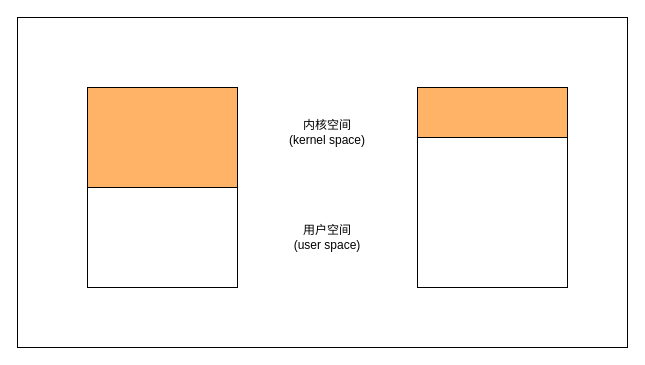
Earlier version of the draw.io diagram 内存.drawio (1595901624/GitTest). Source tidied: cells renumbered, new cells numbered last; positions are measured from the earlier drawing's top-left corner, leaving out a move shared by most shapes. Both pictures are drawn from the tidied source at 100%, with x=0, y=0 at pixel (17, 17).
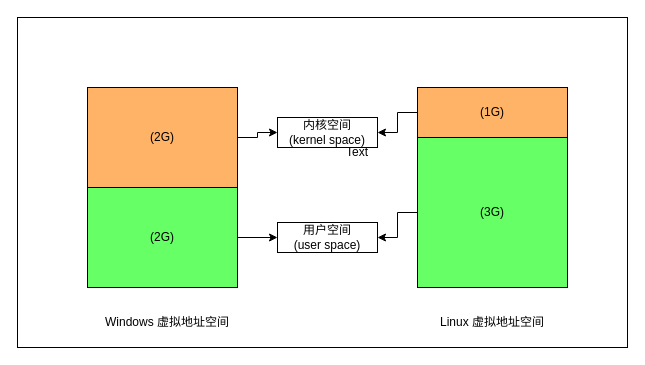
Above is the later version.

What changed in the source:
```diff
@@
 <mxGraphModel>
   <root>
     <mxCell id="0" />
     <mxCell id="1" parent="0" />
     <mxCell id="2" style="rounded=0;whiteSpace=wrap;html=1;" parent="1" vertex="1">
       <mxGeometry width="610" height="330" as="geometry" />
     </mxCell>
+    <mxCell id="9" style="edgeStyle=orthogonalEdgeStyle;rounded=0;jettySize=auto;html=1;exitX=1;exitY=0.5;exitDx=0;exitDy=0;" parent="1" edge="1" source="3" target="8">
+      <mxGeometry relative="1" as="geometry" />
+    </mxCell>
-    <mxCell id="3" style="rounded=0;whiteSpace=wrap;html=1;fillColor=#FFB366;" parent="1" vertex="1">
+    <mxCell id="3" value="(2G)" style="rounded=0;whiteSpace=wrap;html=1;fillColor=#FFB366;" parent="1" vertex="1">
       <mxGeometry x="70" y="70" width="150" height="100" as="geometry" />
     </mxCell>
+    <mxCell id="10" style="edgeStyle=orthogonalEdgeStyle;rounded=0;jettySize=auto;html=1;" parent="1" edge="1" source="4" target="7">
+      <mxGeometry relative="1" as="geometry" />
+    </mxCell>
-    <mxCell id="4" style="rounded=0;whiteSpace=wrap;html=1;" parent="1" vertex="1">
+    <mxCell id="4" value="(2G)" style="rounded=0;whiteSpace=wrap;html=1;fillColor=#66FF66;" parent="1" vertex="1">
       <mxGeometry x="70" y="170" width="150" height="100" as="geometry" />
     </mxCell>
+    <mxCell id="11" style="edgeStyle=orthogonalEdgeStyle;rounded=0;jettySize=auto;html=1;" parent="1" edge="1" source="5" target="8">
+      <mxGeometry relative="1" as="geometry" />
+    </mxCell>
-    <mxCell id="5" style="rounded=0;whiteSpace=wrap;html=1;fillColor=#FFB366;" parent="1" vertex="1">
+    <mxCell id="5" value="(1G)" style="rounded=0;whiteSpace=wrap;html=1;fillColor=#FFB366;" parent="1" vertex="1">
       <mxGeometry x="400" y="70" width="150" height="50" as="geometry" />
     </mxCell>
+    <mxCell id="12" style="edgeStyle=orthogonalEdgeStyle;rounded=0;jettySize=auto;html=1;exitX=0;exitY=0.5;exitDx=0;exitDy=0;entryX=1;entryY=0.5;entryDx=0;entryDy=0;" parent="1" edge="1" source="6" target="7">
+      <mxGeometry relative="1" as="geometry" />
+    </mxCell>
-    <mxCell id="6" style="rounded=0;whiteSpace=wrap;html=1;" parent="1" vertex="1">
+    <mxCell id="6" value="(3G)" style="rounded=0;whiteSpace=wrap;html=1;fillColor=#66FF66;" parent="1" vertex="1">
       <mxGeometry x="400" y="120" width="150" height="150" as="geometry" />
     </mxCell>
-    <mxCell id="7" value="用户空间&lt;br&gt;(user space)" style="text;html=1;strokeColor=none;fillColor=none;align=center;verticalAlign=middle;whiteSpace=wrap;rounded=0;" parent="1" vertex="1">
+    <mxCell id="7" value="用户空间&lt;br&gt;(user space)" style="text;html=1;strokeColor=default;fillColor=none;align=center;verticalAlign=middle;whiteSpace=wrap;rounded=0;" parent="1" vertex="1">
       <mxGeometry x="260" y="205" width="100" height="30" as="geometry" />
     </mxCell>
-    <mxCell id="8" value="内核空间&lt;br&gt;(kernel space)" style="text;html=1;strokeColor=none;fillColor=none;align=center;verticalAlign=middle;whiteSpace=wrap;rounded=0;" parent="1" vertex="1">
+    <mxCell id="8" value="内核空间&lt;br&gt;(kernel space)" style="text;html=1;strokeColor=default;fillColor=none;align=center;verticalAlign=middle;whiteSpace=wrap;rounded=0;" parent="1" vertex="1">
       <mxGeometry x="260" y="100" width="100" height="30" as="geometry" />
     </mxCell>
+    <mxCell id="13" value="Text" style="text;html=1;strokeColor=none;fillColor=none;align=center;verticalAlign=middle;whiteSpace=wrap;rounded=0;" parent="1" vertex="1">
+      <mxGeometry x="310" y="120" width="60" height="30" as="geometry" />
+    </mxCell>
+    <mxCell id="14" value="Windows 虚拟地址空间" style="text;html=1;strokeColor=none;fillColor=none;align=center;verticalAlign=middle;whiteSpace=wrap;rounded=0;" parent="1" vertex="1">
+      <mxGeometry x="80" y="290" width="140" height="30" as="geometry" />
+    </mxCell>
+    <mxCell id="15" value="Linux 虚拟地址空间" style="text;html=1;strokeColor=none;fillColor=none;align=center;verticalAlign=middle;whiteSpace=wrap;rounded=0;" parent="1" vertex="1">
+      <mxGeometry x="405" y="290" width="140" height="30" as="geometry" />
+    </mxCell>
   </root>
 </mxGraphModel>
```
